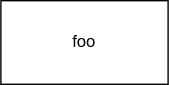
viperML/miq keeps this draw.io diagram as doc/assets/overview.svg. Above is the earlier version. Source tidied: cells renumbered, new cells last; positions are measured from the earlier drawing's top-left corner, leaving out a move shared by most shapes. Source of this version:
```xml
<mxGraphModel>
  <root>
    <mxCell id="0" />
    <mxCell id="1" parent="0" />
    <mxCell id="2" value="foo" style="rounded=0;whiteSpace=wrap;html=1;" parent="1" vertex="1">
      <mxGeometry width="120" height="60" as="geometry" />
    </mxCell>
  </root>
</mxGraphModel>
```
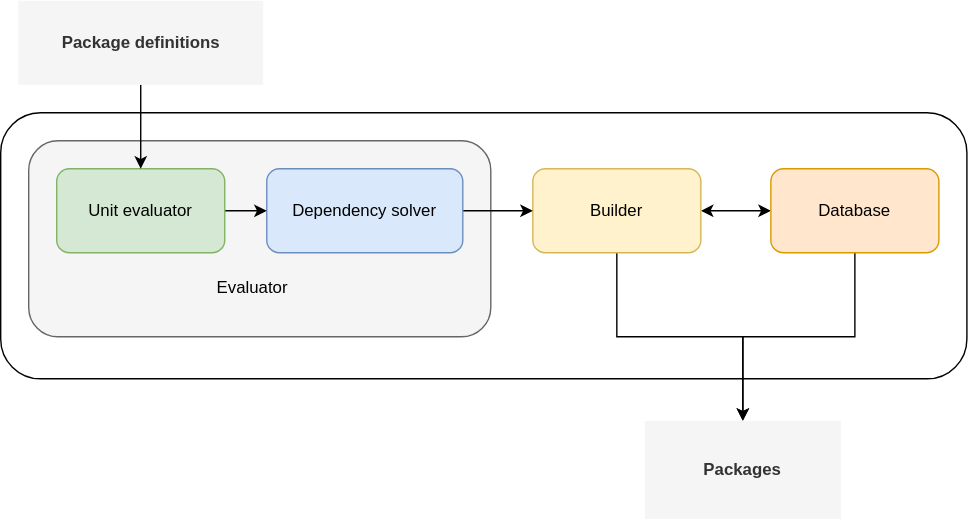
The same file after the commit.

The edit, as a diff of the source:
```diff
@@ -2,8 +2,54 @@
   <root>
     <mxCell id="0" />
     <mxCell id="1" parent="0" />
+    <mxCell id="3" style="rounded=1;whiteSpace=wrap;html=1;strokeColor=default;gradientColor=none;fillColor=none;shadow=0;glass=0;" parent="1" vertex="1">
+      <mxGeometry x="-380" y="-40" width="690" height="190" as="geometry" />
+    </mxCell>
+    <mxCell id="4" style="rounded=1;whiteSpace=wrap;html=1;fillColor=#f5f5f5;fontColor=#333333;strokeColor=#666666;" parent="1" vertex="1">
+      <mxGeometry x="-360" y="-20" width="330" height="140" as="geometry" />
+    </mxCell>
+    <mxCell id="5" style="edgeStyle=orthogonalEdgeStyle;rounded=0;jettySize=auto;html=1;startArrow=classic;startFill=1;exitX=1;exitY=0.5;exitDx=0;exitDy=0;" parent="1" edge="1" source="2" target="13">
+      <mxGeometry relative="1" as="geometry">
+        <Array as="points">
+          <mxPoint x="230" y="30" />
+        </Array>
+      </mxGeometry>
+    </mxCell>
+    <mxCell id="6" style="edgeStyle=orthogonalEdgeStyle;rounded=0;jettySize=auto;html=1;" parent="1" edge="1" source="2" target="14">
+      <mxGeometry relative="1" as="geometry" />
+    </mxCell>
-    <mxCell id="2" value="foo" style="rounded=0;whiteSpace=wrap;html=1;" parent="1" vertex="1">
+    <mxCell id="2" value="Builder" style="rounded=1;whiteSpace=wrap;html=1;fillColor=#fff2cc;strokeColor=#d6b656;" parent="1" vertex="1">
       <mxGeometry width="120" height="60" as="geometry" />
     </mxCell>
+    <mxCell id="7" style="edgeStyle=orthogonalEdgeStyle;rounded=0;jettySize=auto;html=1;" parent="1" edge="1" source="8" target="2">
+      <mxGeometry relative="1" as="geometry" />
+    </mxCell>
+    <mxCell id="8" value="Dependency solver" style="rounded=1;whiteSpace=wrap;html=1;fillColor=#dae8fc;strokeColor=#6c8ebf;" parent="1" vertex="1">
+      <mxGeometry x="-190" width="140" height="60" as="geometry" />
+    </mxCell>
+    <mxCell id="9" style="edgeStyle=orthogonalEdgeStyle;rounded=0;jettySize=auto;html=1;" parent="1" edge="1" source="10" target="8">
+      <mxGeometry relative="1" as="geometry" />
+    </mxCell>
+    <mxCell id="10" value="Unit evaluator" style="rounded=1;whiteSpace=wrap;html=1;fillColor=#d5e8d4;strokeColor=#82b366;" parent="1" vertex="1">
+      <mxGeometry x="-340" width="120" height="60" as="geometry" />
+    </mxCell>
+    <mxCell id="11" value="Evaluator" style="text;html=1;strokeColor=none;fillColor=none;align=center;verticalAlign=middle;whiteSpace=wrap;rounded=0;" parent="1" vertex="1">
+      <mxGeometry x="-230" y="70" width="60" height="30" as="geometry" />
+    </mxCell>
+    <mxCell id="12" style="edgeStyle=orthogonalEdgeStyle;rounded=0;jettySize=auto;html=1;" parent="1" edge="1" source="13" target="14">
+      <mxGeometry relative="1" as="geometry" />
+    </mxCell>
+    <mxCell id="13" value="Database" style="rounded=1;whiteSpace=wrap;html=1;fillColor=#ffe6cc;strokeColor=#d79b00;" parent="1" vertex="1">
+      <mxGeometry x="170" width="120" height="60" as="geometry" />
+    </mxCell>
+    <mxCell id="14" value="&lt;b&gt;Packages&lt;br&gt;&lt;/b&gt;" style="rounded=0;whiteSpace=wrap;html=1;fillColor=#f5f5f5;fontColor=#333333;strokeColor=none;" parent="1" vertex="1">
+      <mxGeometry x="80" y="180" width="140" height="70" as="geometry" />
+    </mxCell>
+    <mxCell id="15" style="edgeStyle=orthogonalEdgeStyle;rounded=0;jettySize=auto;html=1;" parent="1" edge="1" source="16" target="10">
+      <mxGeometry relative="1" as="geometry" />
+    </mxCell>
+    <mxCell id="16" value="&lt;b&gt;Package definitions&lt;/b&gt;" style="rounded=0;whiteSpace=wrap;html=1;fillColor=#f5f5f5;fontColor=#333333;strokeColor=none;" parent="1" vertex="1">
+      <mxGeometry x="-367.5" y="-120" width="175" height="60" as="geometry" />
+    </mxCell>
   </root>
 </mxGraphModel>
```
